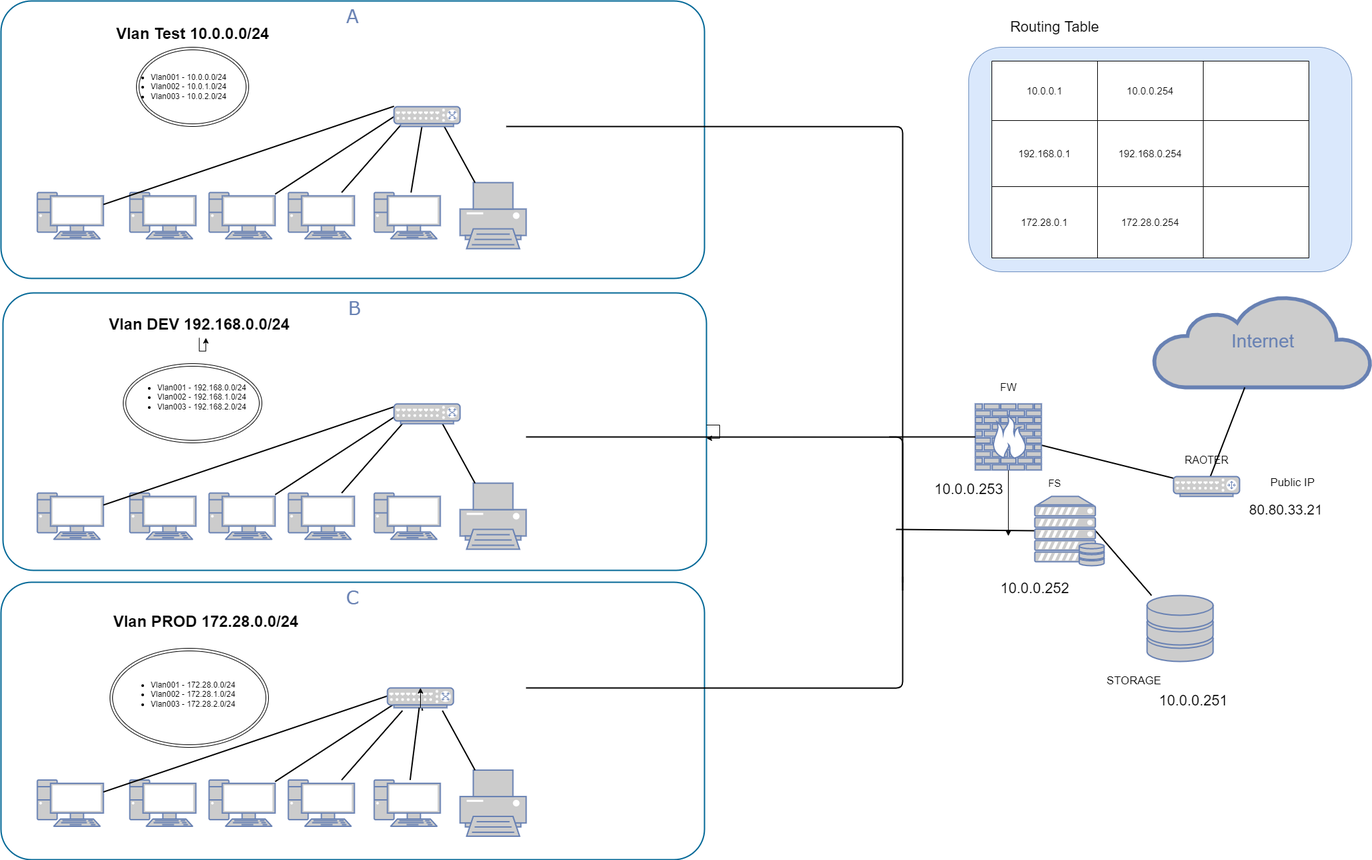
This is Network.drawio.png from inewthinker/DEVOPS, a draw.io export, as it was before one commit. Source tidied: cells renumbered, new cells last; positions are measured from the earlier drawing's top-left corner, leaving out a move shared by most shapes.
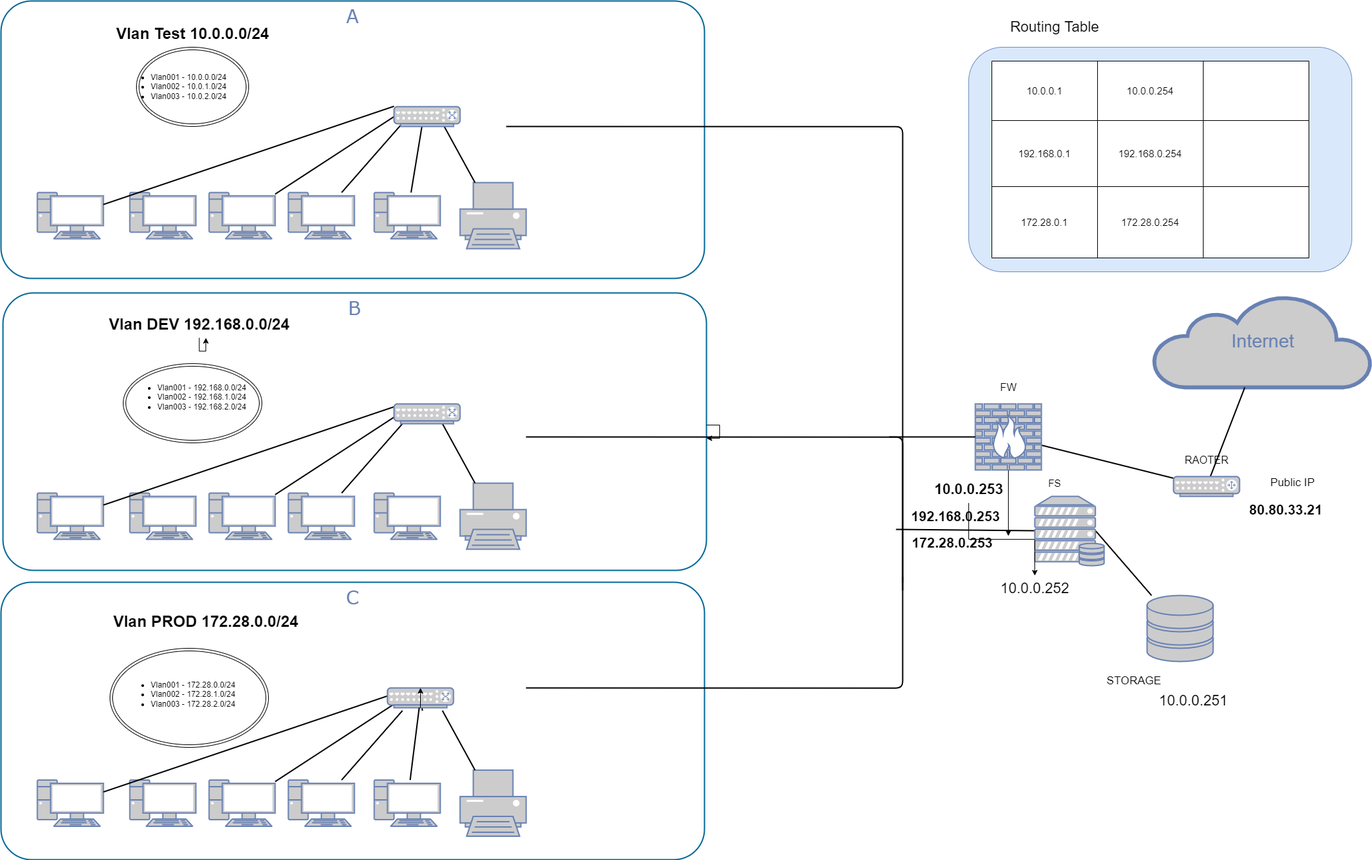
The same file after the commit.

Change to the diagram source:
```diff
@@ -266,7 +266,7 @@
     <mxCell id="71" value="&lt;font style=&quot;font-size: 15px;&quot;&gt;FS&lt;/font&gt;" style="text;html=1;align=center;verticalAlign=middle;strokeColor=none;fillColor=none;" parent="1" vertex="1">
       <mxGeometry x="1575" y="715" width="40" height="30" as="geometry" />
     </mxCell>
-    <mxCell id="72" value="&lt;font style=&quot;font-size: 21px;&quot;&gt;80.80.33.21&lt;/font&gt;" style="text;html=1;align=center;verticalAlign=middle;strokeColor=none;fillColor=none;" parent="1" vertex="1">
+    <mxCell id="72" value="&lt;font style=&quot;font-size: 21px;&quot;&gt;&lt;b&gt;80.80.33.21&lt;/b&gt;&lt;/font&gt;" style="text;html=1;align=center;verticalAlign=middle;strokeColor=none;fillColor=none;" parent="1" vertex="1">
       <mxGeometry x="1880" y="750" width="130" height="40" as="geometry" />
     </mxCell>
     <mxCell id="73" value="Public IP&lt;br&gt;" style="text;html=1;align=center;verticalAlign=middle;strokeColor=none;fillColor=none;fontSize=17;" parent="1" vertex="1">
@@ -320,7 +320,10 @@
     <mxCell id="89" value="&lt;font style=&quot;font-size: 22px;&quot;&gt;Routing Table&lt;/font&gt;" style="text;html=1;align=center;verticalAlign=middle;strokeColor=none;fillColor=none;fontSize=15;" parent="1" vertex="1">
       <mxGeometry x="1515" y="20" width="160" height="40" as="geometry" />
     </mxCell>
+    <mxCell id="93" style="edgeStyle=orthogonalEdgeStyle;rounded=0;jettySize=auto;html=1;fontSize=21;" parent="1" edge="1" source="90" target="91">
+      <mxGeometry relative="1" as="geometry" />
+    </mxCell>
-    <mxCell id="90" value="10.0.0.253" style="text;html=1;align=center;verticalAlign=middle;points=[];strokeColor=none;fillColor=none;fontSize=22;" parent="1" vertex="1">
+    <mxCell id="90" value="&lt;b&gt;10.0.0.253&lt;/b&gt;" style="text;html=1;align=center;verticalAlign=middle;points=[];strokeColor=none;fillColor=none;fontSize=22;" parent="1" vertex="1">
       <mxGeometry x="1400" y="720" width="130" height="40" as="geometry" />
     </mxCell>
     <mxCell id="91" value="10.0.0.252" style="text;html=1;align=center;verticalAlign=middle;points=[];strokeColor=none;fillColor=none;fontSize=22;" parent="1" vertex="1">
@@ -329,5 +332,11 @@
     <mxCell id="92" value="10.0.0.251" style="text;html=1;align=center;verticalAlign=middle;strokeColor=none;fillColor=none;fontSize=22;" parent="1" vertex="1">
       <mxGeometry x="1740" y="1040" width="130" height="40" as="geometry" />
     </mxCell>
+    <mxCell id="94" value="&lt;b&gt;192.168.0.253&lt;/b&gt;" style="text;html=1;align=center;verticalAlign=middle;strokeColor=none;fillColor=none;fontSize=21;" parent="1" vertex="1">
+      <mxGeometry x="1365" y="760" width="160" height="40" as="geometry" />
+    </mxCell>
+    <mxCell id="95" value="&lt;b&gt;172.28.0.253&lt;/b&gt;" style="text;html=1;align=center;verticalAlign=middle;strokeColor=none;fillColor=none;fontSize=21;" parent="1" vertex="1">
+      <mxGeometry x="1365" y="800" width="150" height="40" as="geometry" />
+    </mxCell>
   </root>
 </mxGraphModel>
```
